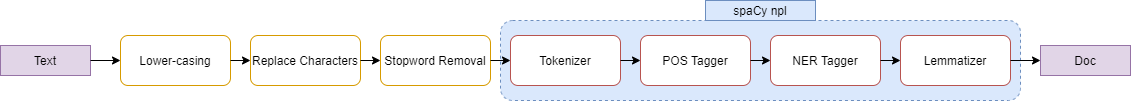
The draw.io diagram figures/PreprocessingPipeline.png in yakuhzi/news-analysis, before a commit. Source tidied: cells renumbered, new cells last; positions are measured from the earlier drawing's top-left corner, leaving out a move shared by most shapes. Source of this version:
```xml
<mxGraphModel>
  <root>
    <mxCell id="0" />
    <mxCell id="1" parent="0" />
    <mxCell id="2" style="rounded=1;whiteSpace=wrap;html=1;dashed=1;fillColor=#dae8fc;strokeColor=#6c8ebf;" parent="1" vertex="1">
      <mxGeometry x="500" y="20" width="520" height="80" as="geometry" />
    </mxCell>
    <mxCell id="3" value="Text" style="rounded=0;whiteSpace=wrap;html=1;fillColor=#e1d5e7;strokeColor=#9673a6;" parent="1" vertex="1">
      <mxGeometry y="45" width="90" height="30" as="geometry" />
    </mxCell>
    <mxCell id="4" value="Lower-casing" style="rounded=1;whiteSpace=wrap;html=1;strokeColor=#d79b00;fillColor=none;" parent="1" vertex="1">
      <mxGeometry x="120" y="35" width="110" height="50" as="geometry" />
    </mxCell>
    <mxCell id="5" value="Replace Characters" style="rounded=1;whiteSpace=wrap;html=1;strokeColor=#d79b00;fillColor=none;" parent="1" vertex="1">
      <mxGeometry x="250" y="35" width="110" height="50" as="geometry" />
    </mxCell>
    <mxCell id="6" value="Stopword Removal" style="rounded=1;whiteSpace=wrap;html=1;strokeColor=#d79b00;fillColor=none;" parent="1" vertex="1">
      <mxGeometry x="380" y="35" width="110" height="50" as="geometry" />
    </mxCell>
    <mxCell id="7" value="POS Tagger" style="rounded=1;whiteSpace=wrap;html=1;strokeColor=#b85450;" parent="1" vertex="1">
      <mxGeometry x="640" y="35" width="110" height="50" as="geometry" />
    </mxCell>
    <mxCell id="8" value="NER Tagger" style="rounded=1;whiteSpace=wrap;html=1;strokeColor=#b85450;fillColor=#FFFFFF;" parent="1" vertex="1">
      <mxGeometry x="770" y="35" width="110" height="50" as="geometry" />
    </mxCell>
    <mxCell id="9" value="Lemmatizer" style="rounded=1;whiteSpace=wrap;html=1;strokeColor=#b85450;fillColor=#FFFFFF;" parent="1" vertex="1">
      <mxGeometry x="900" y="35" width="110" height="50" as="geometry" />
    </mxCell>
    <mxCell id="10" value="Doc" style="rounded=0;whiteSpace=wrap;html=1;fillColor=#e1d5e7;strokeColor=#9673a6;" parent="1" vertex="1">
      <mxGeometry x="1040" y="45" width="90" height="30" as="geometry" />
    </mxCell>
    <mxCell id="11" value="Tokenizer" style="rounded=1;whiteSpace=wrap;html=1;strokeColor=#b85450;" parent="1" vertex="1">
      <mxGeometry x="510" y="35" width="110" height="50" as="geometry" />
    </mxCell>
    <mxCell id="12" value="spaCy npl" style="text;html=1;strokeColor=#6c8ebf;fillColor=#dae8fc;align=center;verticalAlign=middle;whiteSpace=wrap;rounded=0;" parent="1" vertex="1">
      <mxGeometry x="705" width="110" height="20" as="geometry" />
    </mxCell>
    <mxCell id="13" style="endArrow=classic;html=1;exitX=1;exitY=0.5;exitDx=0;exitDy=0;entryX=0;entryY=0.5;entryDx=0;entryDy=0;" parent="1" edge="1" source="3" target="4">
      <mxGeometry relative="1" as="geometry" />
    </mxCell>
    <mxCell id="14" style="endArrow=classic;html=1;exitX=1;exitY=0.5;exitDx=0;exitDy=0;entryX=0;entryY=0.5;entryDx=0;entryDy=0;" parent="1" edge="1" source="4" target="5">
      <mxGeometry relative="1" as="geometry" />
    </mxCell>
    <mxCell id="15" style="endArrow=classic;html=1;exitX=1;exitY=0.5;exitDx=0;exitDy=0;entryX=0;entryY=0.5;entryDx=0;entryDy=0;" parent="1" edge="1" source="5" target="6">
      <mxGeometry relative="1" as="geometry" />
    </mxCell>
    <mxCell id="16" style="endArrow=classic;html=1;exitX=1;exitY=0.5;exitDx=0;exitDy=0;entryX=0;entryY=0.5;entryDx=0;entryDy=0;" parent="1" edge="1" source="6" target="11">
      <mxGeometry relative="1" as="geometry" />
    </mxCell>
    <mxCell id="17" style="endArrow=classic;html=1;exitX=1;exitY=0.5;exitDx=0;exitDy=0;entryX=0;entryY=0.5;entryDx=0;entryDy=0;" parent="1" edge="1" source="11" target="7">
      <mxGeometry relative="1" as="geometry" />
    </mxCell>
    <mxCell id="18" style="endArrow=classic;html=1;exitX=1;exitY=0.5;exitDx=0;exitDy=0;entryX=0;entryY=0.5;entryDx=0;entryDy=0;" parent="1" edge="1" source="8" target="9">
      <mxGeometry relative="1" as="geometry" />
    </mxCell>
    <mxCell id="19" style="endArrow=classic;html=1;exitX=1;exitY=0.5;exitDx=0;exitDy=0;entryX=0;entryY=0.5;entryDx=0;entryDy=0;" parent="1" edge="1" source="9" target="10">
      <mxGeometry relative="1" as="geometry" />
    </mxCell>
    <mxCell id="20" style="endArrow=classic;html=1;exitX=1;exitY=0.5;exitDx=0;exitDy=0;entryX=0;entryY=0.5;entryDx=0;entryDy=0;" parent="1" edge="1" source="7" target="8">
      <mxGeometry relative="1" as="geometry" />
    </mxCell>
  </root>
</mxGraphModel>
```
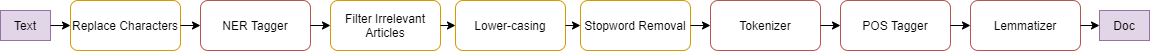
Later version of the same file.

Commit message:
changed pipline figure

Diff of the diagram source:
```diff
@@ -2,62 +2,62 @@
   <root>
     <mxCell id="0" />
     <mxCell id="1" parent="0" />
-    <mxCell id="2" style="rounded=1;whiteSpace=wrap;html=1;dashed=1;fillColor=#dae8fc;strokeColor=#6c8ebf;" parent="1" vertex="1">
-      <mxGeometry x="500" y="20" width="520" height="80" as="geometry" />
-    </mxCell>
     <mxCell id="3" value="Text" style="rounded=0;whiteSpace=wrap;html=1;fillColor=#e1d5e7;strokeColor=#9673a6;" parent="1" vertex="1">
-      <mxGeometry y="45" width="90" height="30" as="geometry" />
+      <mxGeometry x="10" y="45" width="50" height="30" as="geometry" />
     </mxCell>
     <mxCell id="4" value="Lower-casing" style="rounded=1;whiteSpace=wrap;html=1;strokeColor=#d79b00;fillColor=none;" parent="1" vertex="1">
-      <mxGeometry x="120" y="35" width="110" height="50" as="geometry" />
+      <mxGeometry x="465" y="35" width="110" height="50" as="geometry" />
     </mxCell>
     <mxCell id="5" value="Replace Characters" style="rounded=1;whiteSpace=wrap;html=1;strokeColor=#d79b00;fillColor=none;" parent="1" vertex="1">
-      <mxGeometry x="250" y="35" width="110" height="50" as="geometry" />
+      <mxGeometry x="80" y="35" width="110" height="50" as="geometry" />
     </mxCell>
     <mxCell id="6" value="Stopword Removal" style="rounded=1;whiteSpace=wrap;html=1;strokeColor=#d79b00;fillColor=none;" parent="1" vertex="1">
-      <mxGeometry x="380" y="35" width="110" height="50" as="geometry" />
+      <mxGeometry x="590" y="35" width="110" height="50" as="geometry" />
     </mxCell>
     <mxCell id="7" value="POS Tagger" style="rounded=1;whiteSpace=wrap;html=1;strokeColor=#b85450;" parent="1" vertex="1">
-      <mxGeometry x="640" y="35" width="110" height="50" as="geometry" />
+      <mxGeometry x="850" y="35" width="110" height="50" as="geometry" />
     </mxCell>
     <mxCell id="8" value="NER Tagger" style="rounded=1;whiteSpace=wrap;html=1;strokeColor=#b85450;fillColor=#FFFFFF;" parent="1" vertex="1">
-      <mxGeometry x="770" y="35" width="110" height="50" as="geometry" />
+      <mxGeometry x="210" y="35" width="110" height="50" as="geometry" />
     </mxCell>
     <mxCell id="9" value="Lemmatizer" style="rounded=1;whiteSpace=wrap;html=1;strokeColor=#b85450;fillColor=#FFFFFF;" parent="1" vertex="1">
-      <mxGeometry x="900" y="35" width="110" height="50" as="geometry" />
+      <mxGeometry x="980" y="35" width="110" height="50" as="geometry" />
     </mxCell>
     <mxCell id="10" value="Doc" style="rounded=0;whiteSpace=wrap;html=1;fillColor=#e1d5e7;strokeColor=#9673a6;" parent="1" vertex="1">
-      <mxGeometry x="1040" y="45" width="90" height="30" as="geometry" />
+      <mxGeometry x="1109" y="45" width="50" height="30" as="geometry" />
     </mxCell>
     <mxCell id="11" value="Tokenizer" style="rounded=1;whiteSpace=wrap;html=1;strokeColor=#b85450;" parent="1" vertex="1">
-      <mxGeometry x="510" y="35" width="110" height="50" as="geometry" />
+      <mxGeometry x="720" y="35" width="110" height="50" as="geometry" />
     </mxCell>
-    <mxCell id="12" value="spaCy npl" style="text;html=1;strokeColor=#6c8ebf;fillColor=#dae8fc;align=center;verticalAlign=middle;whiteSpace=wrap;rounded=0;" parent="1" vertex="1">
-      <mxGeometry x="705" width="110" height="20" as="geometry" />
-    </mxCell>
-    <mxCell id="13" style="endArrow=classic;html=1;exitX=1;exitY=0.5;exitDx=0;exitDy=0;entryX=0;entryY=0.5;entryDx=0;entryDy=0;" parent="1" edge="1" source="3" target="4">
-      <mxGeometry relative="1" as="geometry" />
-    </mxCell>
-    <mxCell id="14" style="endArrow=classic;html=1;exitX=1;exitY=0.5;exitDx=0;exitDy=0;entryX=0;entryY=0.5;entryDx=0;entryDy=0;" parent="1" edge="1" source="4" target="5">
-      <mxGeometry relative="1" as="geometry" />
-    </mxCell>
-    <mxCell id="15" style="endArrow=classic;html=1;exitX=1;exitY=0.5;exitDx=0;exitDy=0;entryX=0;entryY=0.5;entryDx=0;entryDy=0;" parent="1" edge="1" source="5" target="6">
-      <mxGeometry relative="1" as="geometry" />
-    </mxCell>
     <mxCell id="16" style="endArrow=classic;html=1;exitX=1;exitY=0.5;exitDx=0;exitDy=0;entryX=0;entryY=0.5;entryDx=0;entryDy=0;" parent="1" edge="1" source="6" target="11">
       <mxGeometry relative="1" as="geometry" />
     </mxCell>
     <mxCell id="17" style="endArrow=classic;html=1;exitX=1;exitY=0.5;exitDx=0;exitDy=0;entryX=0;entryY=0.5;entryDx=0;entryDy=0;" parent="1" edge="1" source="11" target="7">
       <mxGeometry relative="1" as="geometry" />
     </mxCell>
-    <mxCell id="18" style="endArrow=classic;html=1;exitX=1;exitY=0.5;exitDx=0;exitDy=0;entryX=0;entryY=0.5;entryDx=0;entryDy=0;" parent="1" edge="1" source="8" target="9">
-      <mxGeometry relative="1" as="geometry" />
-    </mxCell>
     <mxCell id="19" style="endArrow=classic;html=1;exitX=1;exitY=0.5;exitDx=0;exitDy=0;entryX=0;entryY=0.5;entryDx=0;entryDy=0;" parent="1" edge="1" source="9" target="10">
       <mxGeometry relative="1" as="geometry" />
     </mxCell>
-    <mxCell id="20" style="endArrow=classic;html=1;exitX=1;exitY=0.5;exitDx=0;exitDy=0;entryX=0;entryY=0.5;entryDx=0;entryDy=0;" parent="1" edge="1" source="7" target="8">
-      <mxGeometry relative="1" as="geometry" />
-    </mxCell>
+    <mxCell id="21" value="Filter Irrelevant Articles" style="rounded=1;whiteSpace=wrap;html=1;strokeColor=#d79b00;fillColor=none;" parent="1" vertex="1">
+      <mxGeometry x="340" y="35" width="110" height="50" as="geometry" />
+    </mxCell>
+    <mxCell id="22" style="endArrow=classic;html=1;exitX=1;exitY=0.5;exitDx=0;exitDy=0;entryX=0;entryY=0.5;entryDx=0;entryDy=0;" parent="1" edge="1" source="7" target="9">
+      <mxGeometry relative="1" as="geometry" />
+    </mxCell>
+    <mxCell id="23" style="endArrow=classic;html=1;exitX=1;exitY=0.5;exitDx=0;exitDy=0;entryX=0;entryY=0.5;entryDx=0;entryDy=0;" parent="1" edge="1" source="4" target="6">
+      <mxGeometry relative="1" as="geometry" />
+    </mxCell>
+    <mxCell id="24" style="endArrow=classic;html=1;exitX=1;exitY=0.5;exitDx=0;exitDy=0;entryX=0;entryY=0.5;entryDx=0;entryDy=0;" parent="1" edge="1" source="21" target="4">
+      <mxGeometry relative="1" as="geometry" />
+    </mxCell>
+    <mxCell id="25" style="endArrow=classic;html=1;exitX=1;exitY=0.5;exitDx=0;exitDy=0;entryX=0;entryY=0.5;entryDx=0;entryDy=0;" parent="1" edge="1" source="8" target="21">
+      <mxGeometry relative="1" as="geometry" />
+    </mxCell>
+    <mxCell id="26" style="endArrow=classic;html=1;exitX=1;exitY=0.5;exitDx=0;exitDy=0;" parent="1" edge="1" source="5" target="8">
+      <mxGeometry relative="1" as="geometry" />
+    </mxCell>
+    <mxCell id="27" style="endArrow=classic;html=1;exitX=1;exitY=0.5;exitDx=0;exitDy=0;" parent="1" edge="1" source="3" target="5">
+      <mxGeometry relative="1" as="geometry" />
+    </mxCell>
   </root>
 </mxGraphModel>
```
